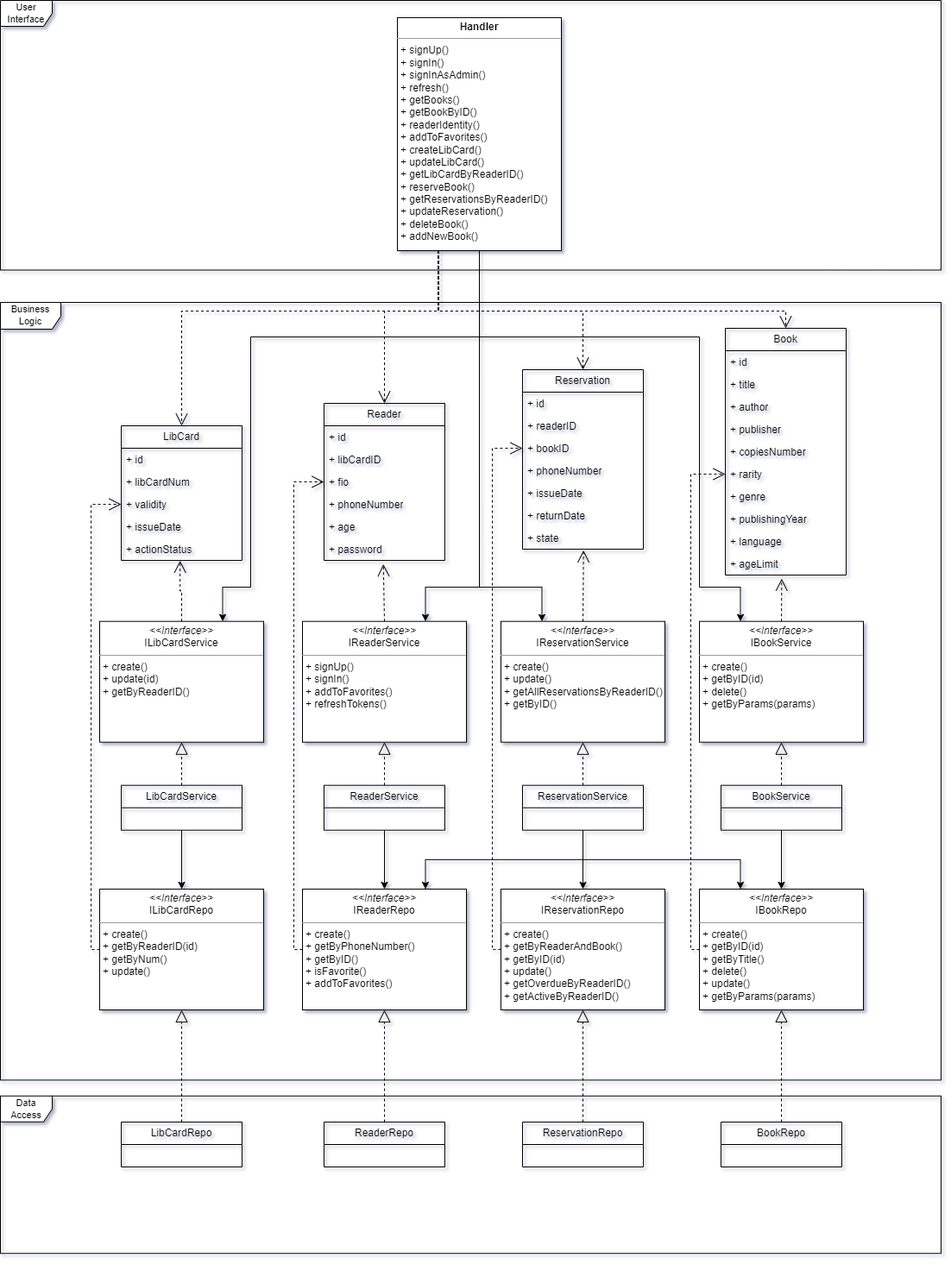
The draw.io diagram diagrams/uml_new.drawio.png in nikitalystsev/BookSmart, before a commit. Source tidied: cells renumbered, new cells last; positions are measured from the earlier drawing's top-left corner, leaving out a move shared by most shapes.
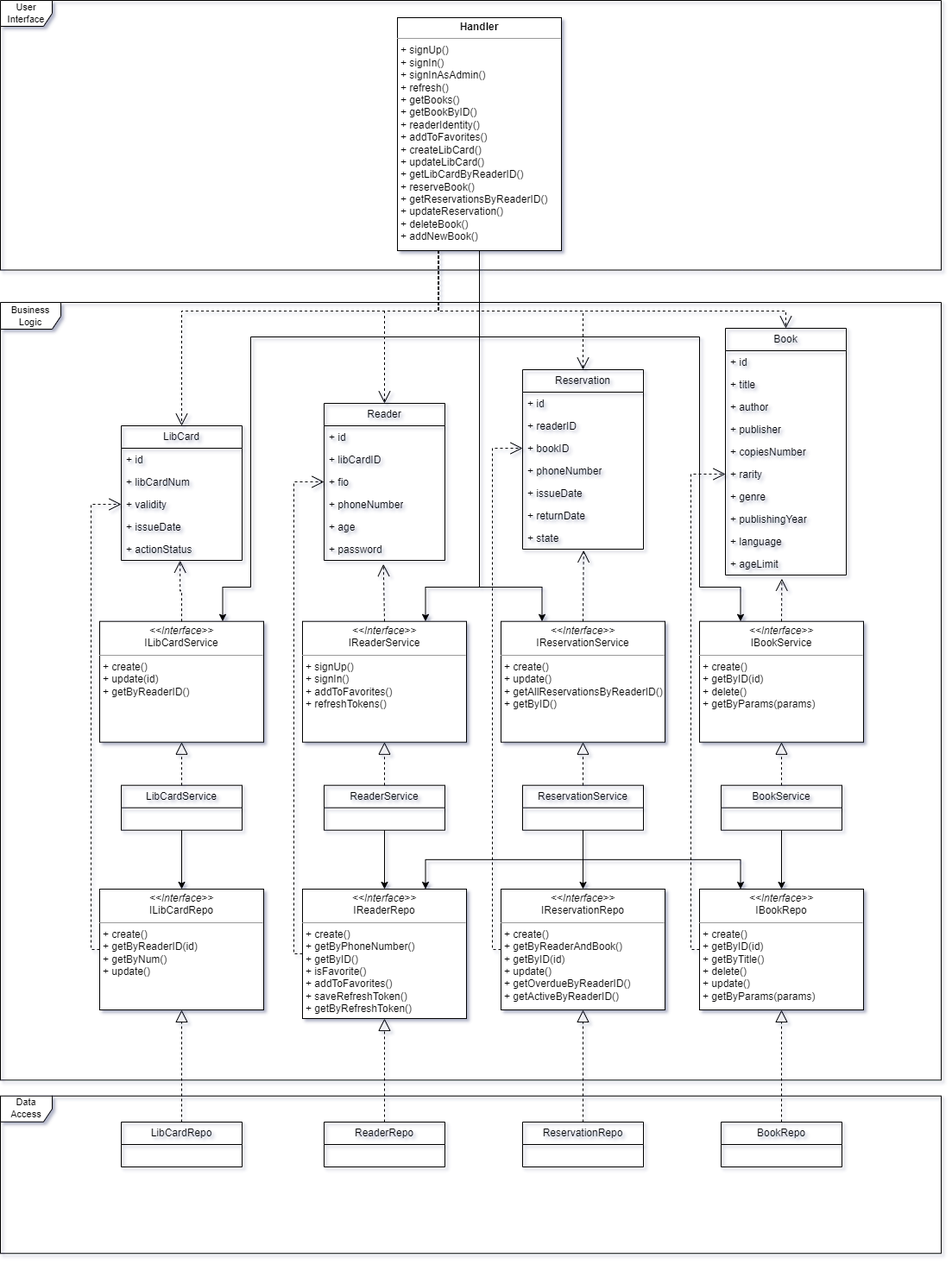
After the commit.

Commit message:
обновил диаграммы в связи с 6-й лабой

Diff of the diagram source:
```diff
@@ -26,8 +26,8 @@
     <mxCell id="9" style="endArrow=block;dashed=1;endFill=0;endSize=12;html=1;rounded=0;exitX=0.5;exitY=0;exitDx=0;exitDy=0;entryX=0.5;entryY=1;entryDx=0;entryDy=0;" parent="1" edge="1" source="4" target="8">
       <mxGeometry relative="1" as="geometry" />
     </mxCell>
-    <mxCell id="10" value="&lt;p style=&quot;margin:0px;margin-top:4px;text-align:center;&quot;&gt;&lt;i&gt;&amp;lt;&amp;lt;Interface&amp;gt;&amp;gt;&lt;/i&gt;&lt;br&gt;IReaderRepo&lt;br&gt;&lt;/p&gt;&lt;hr size=&quot;1&quot;&gt;&lt;p style=&quot;margin:0px;margin-left:4px;&quot;&gt;+ create()&lt;/p&gt;&lt;p style=&quot;margin:0px;margin-left:4px;&quot;&gt;+ getByPhoneNumber()&lt;/p&gt;&lt;p style=&quot;margin:0px;margin-left:4px;&quot;&gt;+ getByID()&lt;/p&gt;&lt;p style=&quot;margin:0px;margin-left:4px;&quot;&gt;+ isFavorite()&lt;/p&gt;&lt;p style=&quot;margin:0px;margin-left:4px;&quot;&gt;+ addToFavorites()&lt;/p&gt;&lt;p style=&quot;margin:0px;margin-left:4px;&quot;&gt;&lt;br&gt;&lt;/p&gt;&lt;p style=&quot;margin:0px;margin-left:4px;&quot;&gt;&lt;br&gt;&lt;/p&gt;" style="verticalAlign=top;align=left;overflow=fill;html=1;whiteSpace=wrap;" parent="1" vertex="1">
-      <mxGeometry x="350" y="1030" width="190" height="140" as="geometry" />
+    <mxCell id="10" value="&lt;p style=&quot;margin:0px;margin-top:4px;text-align:center;&quot;&gt;&lt;i&gt;&amp;lt;&amp;lt;Interface&amp;gt;&amp;gt;&lt;/i&gt;&lt;br&gt;IReaderRepo&lt;br&gt;&lt;/p&gt;&lt;hr size=&quot;1&quot;&gt;&lt;p style=&quot;margin:0px;margin-left:4px;&quot;&gt;+ create()&lt;/p&gt;&lt;p style=&quot;margin:0px;margin-left:4px;&quot;&gt;+ getByPhoneNumber()&lt;/p&gt;&lt;p style=&quot;margin:0px;margin-left:4px;&quot;&gt;+ getByID()&lt;/p&gt;&lt;p style=&quot;margin:0px;margin-left:4px;&quot;&gt;+ isFavorite()&lt;/p&gt;&lt;p style=&quot;margin:0px;margin-left:4px;&quot;&gt;+ addToFavorites()&lt;/p&gt;&lt;p style=&quot;margin:0px;margin-left:4px;&quot;&gt;+ saveRefreshToken()&lt;/p&gt;&lt;p style=&quot;margin:0px;margin-left:4px;&quot;&gt;+ getByRefreshToken()&lt;/p&gt;&lt;p style=&quot;margin:0px;margin-left:4px;&quot;&gt;&lt;br&gt;&lt;/p&gt;&lt;p style=&quot;margin:0px;margin-left:4px;&quot;&gt;&lt;br&gt;&lt;/p&gt;" style="verticalAlign=top;align=left;overflow=fill;html=1;whiteSpace=wrap;" parent="1" vertex="1">
+      <mxGeometry x="350" y="1030" width="190" height="150" as="geometry" />
     </mxCell>
     <mxCell id="11" style="endArrow=block;dashed=1;endFill=0;endSize=12;html=1;rounded=0;exitX=0.5;exitY=0;exitDx=0;exitDy=0;entryX=0.5;entryY=1;entryDx=0;entryDy=0;" parent="1" edge="1" source="5" target="10">
       <mxGeometry relative="1" as="geometry" />
```
